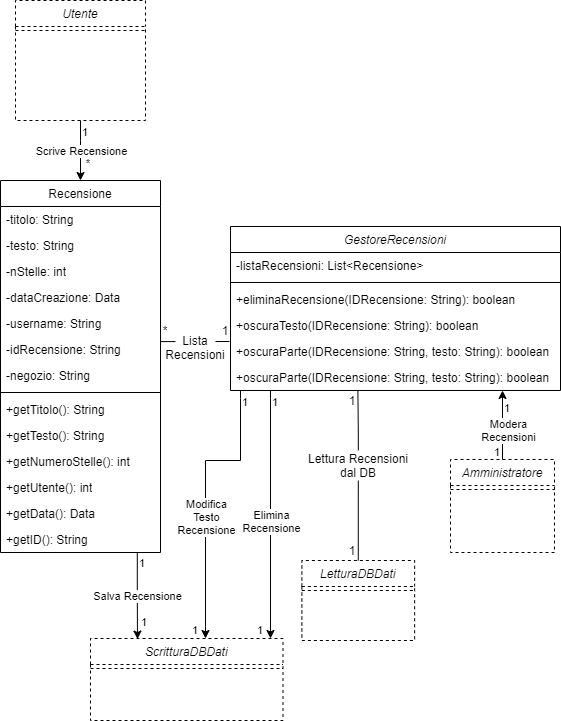
The draw.io diagram UML/Diagrammi Classi/DiagrammaClassiRecensioni.png in G15-UniTN/iSpesa, before a commit. Source tidied: cells renumbered, new cells last; positions are measured from the earlier drawing's top-left corner, leaving out a move shared by most shapes.
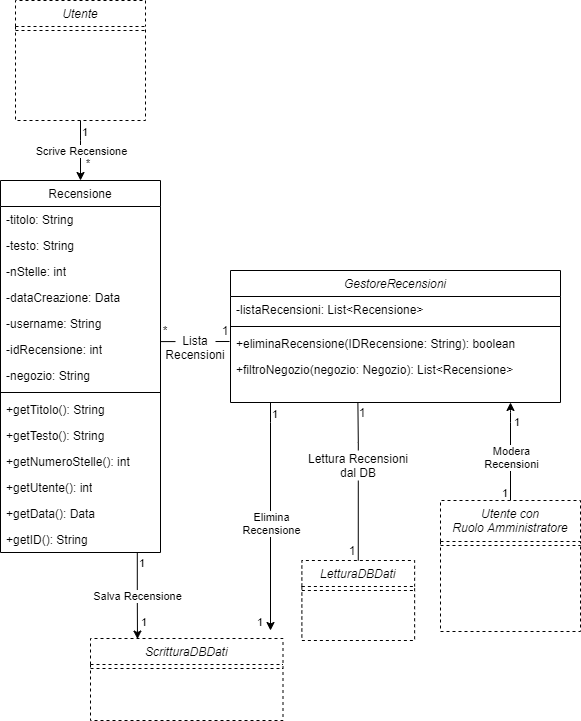
The same diagram one commit later.

Diff of the diagram source:
```diff
@@ -2,11 +2,11 @@
   <root>
     <mxCell id="0" />
     <mxCell id="1" parent="0" />
-    <mxCell id="2" value="Amministratore" style="swimlane;fontStyle=2;align=center;verticalAlign=top;horizontal=1;startSize=26;rounded=0;shadow=0;strokeWidth=1;dashed=1;" parent="1" vertex="1">
-      <mxGeometry x="450" y="459" width="104" height="93" as="geometry" />
+    <mxCell id="2" value="Utente con &#10;Ruolo Amministratore" style="swimlane;fontStyle=2;align=center;verticalAlign=top;horizontal=1;startSize=41;rounded=0;shadow=0;strokeWidth=1;dashed=1;" parent="1" vertex="1">
+      <mxGeometry x="440" y="500" width="140" height="131" as="geometry" />
     </mxCell>
     <mxCell id="3" style="line;html=1;strokeWidth=1;align=left;verticalAlign=middle;spacingTop=-1;spacingLeft=3;spacingRight=3;labelPosition=right;dashed=1;" parent="2" vertex="1">
-      <mxGeometry y="26" width="104" height="8" as="geometry" />
+      <mxGeometry y="41" width="140" height="8" as="geometry" />
     </mxCell>
     <mxCell id="4" value="Recensione" style="swimlane;fontStyle=0;align=center;verticalAlign=top;horizontal=1;startSize=26;rounded=0;shadow=0;strokeWidth=1;" parent="1" vertex="1">
       <mxGeometry y="180" width="160" height="372" as="geometry" />
@@ -26,7 +26,7 @@
     <mxCell id="9" value="-username: String" style="text;strokeColor=none;fillColor=none;align=left;verticalAlign=top;spacingLeft=4;spacingRight=4;overflow=hidden;whiteSpace=wrap;html=1;" parent="4" vertex="1">
       <mxGeometry y="130" width="160" height="26" as="geometry" />
     </mxCell>
-    <mxCell id="10" value="-idRecensione: String" style="text;strokeColor=none;fillColor=none;align=left;verticalAlign=top;spacingLeft=4;spacingRight=4;overflow=hidden;points=[[0,0.5],[1,0.5]];portConstraint=eastwest;whiteSpace=wrap;html=1;" parent="4" vertex="1">
+    <mxCell id="10" value="-idRecensione: int" style="text;strokeColor=none;fillColor=none;align=left;verticalAlign=top;spacingLeft=4;spacingRight=4;overflow=hidden;points=[[0,0.5],[1,0.5]];portConstraint=eastwest;whiteSpace=wrap;html=1;" parent="4" vertex="1">
       <mxGeometry y="156" width="160" height="26" as="geometry" />
     </mxCell>
     <mxCell id="11" value="-negozio: String" style="text;strokeColor=none;fillColor=none;align=left;verticalAlign=top;spacingLeft=4;spacingRight=4;overflow=hidden;whiteSpace=wrap;html=1;" parent="4" vertex="1">
@@ -79,7 +79,7 @@
       </mxGeometry>
     </mxCell>
     <mxCell id="26" value="GestoreRecensioni" style="swimlane;fontStyle=2;align=center;verticalAlign=top;horizontal=1;startSize=26;rounded=0;shadow=0;strokeWidth=1;" parent="1" vertex="1">
-      <mxGeometry x="230" y="226" width="330" height="164" as="geometry" />
+      <mxGeometry x="230" y="270" width="330" height="132" as="geometry" />
     </mxCell>
     <mxCell id="27" value="-listaRecensioni: List&lt;Recensione&gt;" style="text;align=left;verticalAlign=top;spacingLeft=4;spacingRight=4;overflow=hidden;" parent="26" vertex="1">
       <mxGeometry y="26" width="330" height="26" as="geometry" />
@@ -90,14 +90,8 @@
     <mxCell id="29" value="+eliminaRecensione(IDRecensione: String): boolean" style="text;align=left;verticalAlign=top;spacingLeft=4;spacingRight=4;overflow=hidden;" parent="26" vertex="1">
       <mxGeometry y="60" width="330" height="26" as="geometry" />
     </mxCell>
-    <mxCell id="30" value="+oscuraTesto(IDRecensione: String): boolean" style="text;align=left;verticalAlign=top;spacingLeft=4;spacingRight=4;overflow=hidden;" parent="26" vertex="1">
-      <mxGeometry y="86" width="330" height="26" as="geometry" />
-    </mxCell>
-    <mxCell id="31" value="+oscuraParte(IDRecensione: String, testo: String): boolean" style="text;align=left;verticalAlign=top;spacingLeft=4;spacingRight=4;overflow=hidden;" parent="26" vertex="1">
-      <mxGeometry y="112" width="330" height="26" as="geometry" />
-    </mxCell>
-    <mxCell id="32" value="+oscuraParte(IDRecensione: String, testo: String): boolean" style="text;align=left;verticalAlign=top;spacingLeft=4;spacingRight=4;overflow=hidden;" parent="26" vertex="1">
-      <mxGeometry y="138" width="330" height="26" as="geometry" />
+    <mxCell id="32" value="+filtroNegozio(negozio: Negozio): List&lt;Recensione&gt;" style="text;align=left;verticalAlign=top;spacingLeft=4;spacingRight=4;overflow=hidden;" parent="26" vertex="1">
+      <mxGeometry y="86" width="330" height="26" as="geometry" />
     </mxCell>
     <mxCell id="33" style="endArrow=none;html=1;exitX=1.003;exitY=0.196;exitDx=0;exitDy=0;exitPerimeter=0;" parent="1" edge="1" source="10">
       <mxGeometry relative="1" as="geometry">
@@ -115,12 +109,15 @@
     </mxCell>
     <mxCell id="37" style="endArrow=classic;html=1;exitX=0.5;exitY=0;exitDx=0;exitDy=0;" parent="1" edge="1" source="2">
       <mxGeometry relative="1" as="geometry">
-        <mxPoint x="502" y="390" as="targetPoint" />
+        <mxPoint x="510" y="402" as="targetPoint" />
+        <Array as="points">
+          <mxPoint x="510" y="412" />
+        </Array>
       </mxGeometry>
     </mxCell>
     <mxCell id="38" value="Modera&lt;br&gt;Recensioni" style="edgeLabel;html=1;align=center;verticalAlign=middle;" parent="37" vertex="1">
       <mxGeometry relative="1" as="geometry">
-        <mxPoint x="5" y="5" as="offset" />
+        <mxPoint y="5" as="offset" />
       </mxGeometry>
     </mxCell>
     <mxCell id="39" value="1" style="edgeLabel;html=1;align=left;verticalAlign=bottom;" parent="37" vertex="1">
@@ -130,45 +127,18 @@
     </mxCell>
     <mxCell id="40" value="1" style="edgeLabel;html=1;align=right;verticalAlign=bottom;" parent="37" vertex="1">
       <mxGeometry x="1" relative="1" as="geometry">
-        <mxPoint x="8" y="26" as="offset" />
+        <mxPoint x="10" y="28" as="offset" />
       </mxGeometry>
     </mxCell>
     <mxCell id="41" value="1" style="text;html=1;strokeColor=none;fillColor=none;align=center;verticalAlign=middle;whiteSpace=wrap;rounded=0;" parent="1" vertex="1">
-      <mxGeometry x="347.4" y="390" width="10" height="20" as="geometry" />
+      <mxGeometry x="357.4" y="402" width="10" height="20" as="geometry" />
     </mxCell>
-    <mxCell id="42" style="endArrow=classic;html=1;edgeStyle=orthogonalEdgeStyle;rounded=0;" parent="1" edge="1">
-      <mxGeometry relative="1" as="geometry">
-        <mxPoint x="240" y="390" as="sourcePoint" />
-        <mxPoint x="205" y="638" as="targetPoint" />
-        <Array as="points">
-          <mxPoint x="240" y="398" />
-          <mxPoint x="240" y="460" />
-          <mxPoint x="205" y="460" />
-        </Array>
-      </mxGeometry>
-    </mxCell>
-    <mxCell id="43" value="Modifica&lt;br&gt;Testo&lt;br&gt;Recensione" style="edgeLabel;html=1;align=center;verticalAlign=middle;" parent="42" vertex="1">
-      <mxGeometry relative="1" as="geometry">
-        <mxPoint y="19" as="offset" />
-      </mxGeometry>
-    </mxCell>
-    <mxCell id="44" value="1" style="edgeLabel;html=1;align=left;verticalAlign=bottom;" parent="42" vertex="1">
-      <mxGeometry x="-1" relative="1" as="geometry">
-        <mxPoint y="20" as="offset" />
-      </mxGeometry>
-    </mxCell>
-    <mxCell id="45" value="1" style="edgeLabel;html=1;align=right;verticalAlign=bottom;" parent="42" vertex="1">
-      <mxGeometry x="1" relative="1" as="geometry">
-        <mxPoint x="-7" as="offset" />
-      </mxGeometry>
-    </mxCell>
     <mxCell id="46" style="endArrow=classic;html=1;edgeStyle=orthogonalEdgeStyle;rounded=0;" parent="1" edge="1">
       <mxGeometry relative="1" as="geometry">
-        <mxPoint x="270" y="390" as="sourcePoint" />
-        <mxPoint x="270" y="638" as="targetPoint" />
+        <mxPoint x="270" y="402" as="sourcePoint" />
+        <mxPoint x="270" y="630" as="targetPoint" />
         <Array as="points">
-          <mxPoint x="270" y="398" />
-          <mxPoint x="270" y="398" />
+          <mxPoint x="270" y="422" />
         </Array>
       </mxGeometry>
     </mxCell>
@@ -220,12 +190,12 @@
         <mxPoint x="10" y="-9" as="offset" />
       </mxGeometry>
     </mxCell>
-    <mxCell id="58" style="endArrow=none;html=1;exitX=0.5;exitY=0;exitDx=0;exitDy=0;edgeStyle=orthogonalEdgeStyle;rounded=0;" parent="1" edge="1" source="50">
+    <mxCell id="58" style="endArrow=none;html=1;edgeStyle=orthogonalEdgeStyle;rounded=0;exitX=0.5;exitY=0;exitDx=0;exitDy=0;" parent="1" edge="1" source="50">
       <mxGeometry relative="1" as="geometry">
-        <mxPoint x="357.4" y="390" as="targetPoint" />
+        <mxPoint x="357.4" y="402" as="targetPoint" />
         <Array as="points">
-          <mxPoint x="357.4" y="430" />
-          <mxPoint x="357.4" y="430" />
+          <mxPoint x="358" y="442" />
+          <mxPoint x="357" y="442" />
         </Array>
       </mxGeometry>
     </mxCell>
```
